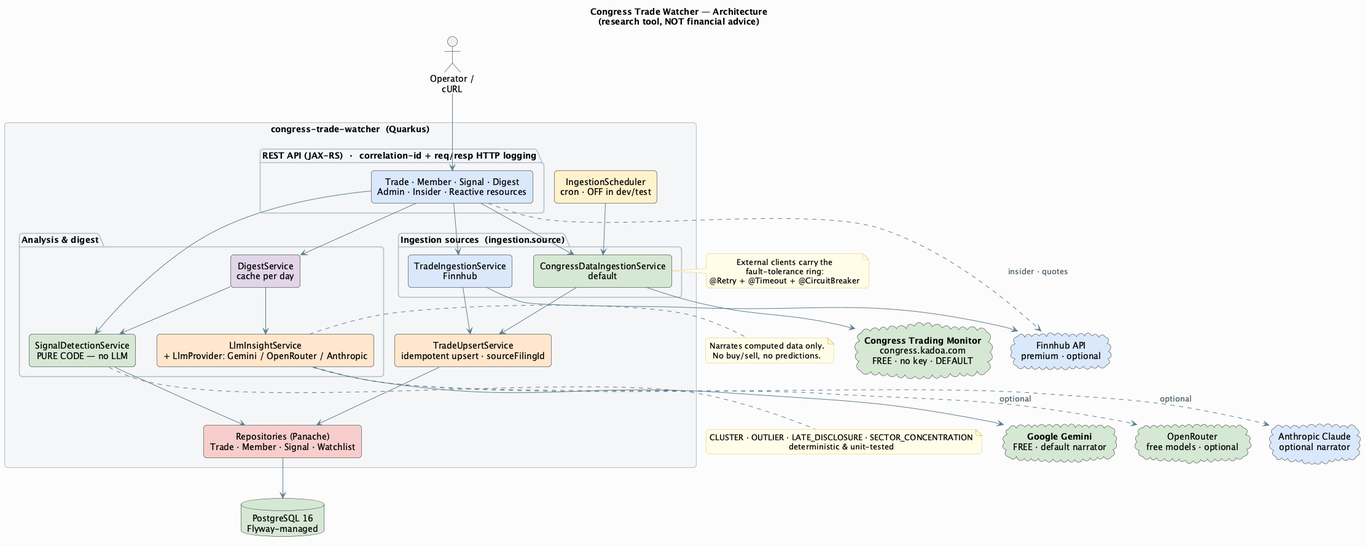
Earlier version of the PlantUML export docs/architecture.png (ksktechai/congress-trade-watcher).
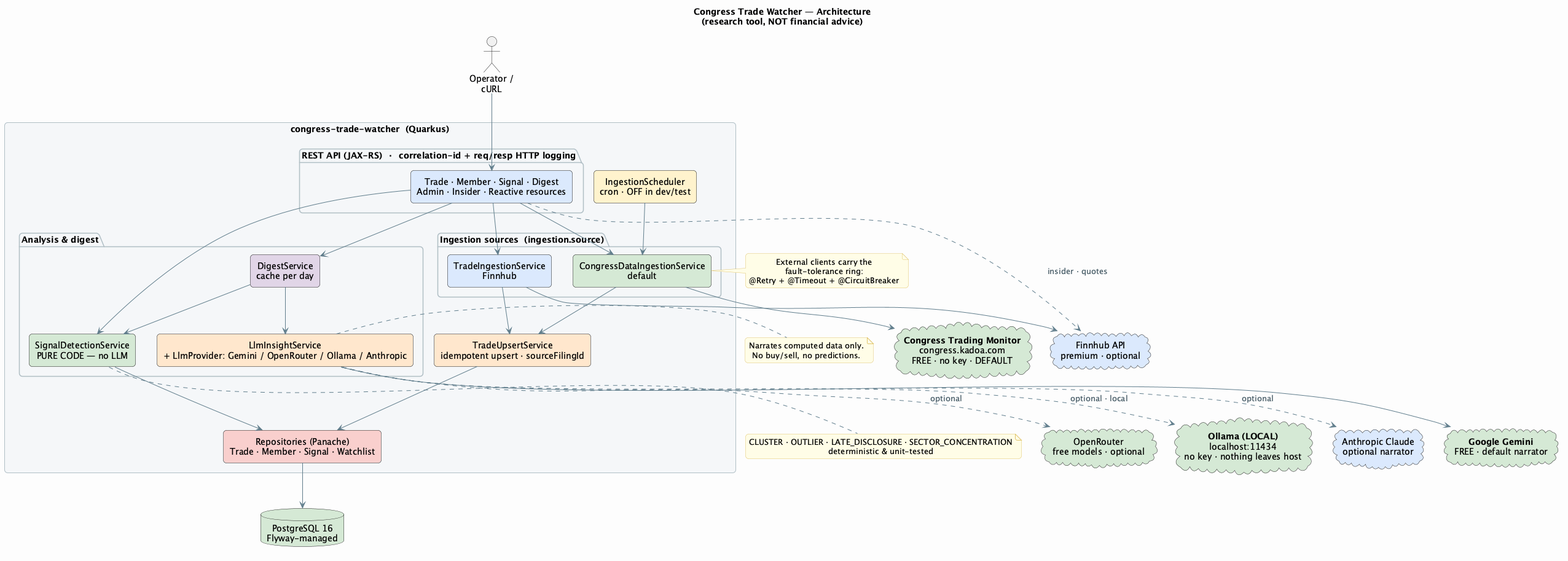
Above is the later version.

Change to the diagram source:
```diff
@@ -20,6 +20,7 @@
 cloud "Finnhub API\npremium · optional" as finnhub #DAE8FC
 cloud "**Google Gemini**\nFREE · default narrator" as gemini #D5E8D4
 cloud "OpenRouter\nfree models · optional" as openrouter #D5E8D4
+cloud "**Ollama (LOCAL)**\nlocalhost:11434\nno key · nothing leaves host" as ollama #D5E8D4
 cloud "Anthropic Claude\noptional narrator" as anthropic #DAE8FC
 database "PostgreSQL 16\nFlyway-managed" as pg #D5E8D4
 
@@ -41,7 +42,7 @@
   package "Analysis & digest" {
     component "SignalDetectionService\nPURE CODE — no LLM" as detect #D5E8D4
     component "DigestService\ncache per day" as digest #E1D5E7
-    component "LlmInsightService\n+ LlmProvider: Gemini / OpenRouter / Anthropic" as llm #FFE6CC
+    component "LlmInsightService\n+ LlmProvider: Gemini / OpenRouter / Ollama / Anthropic" as llm #FFE6CC
   }
 
   component "Repositories (Panache)\nTrade · Member · Signal · Watchlist" as repos #F8CECC
@@ -65,6 +66,7 @@
 digest --> llm
 llm --> gemini
 llm ..> openrouter : optional
+llm ..> ollama : optional · local
 llm ..> anthropic : optional
 
 detect --> repos
```
